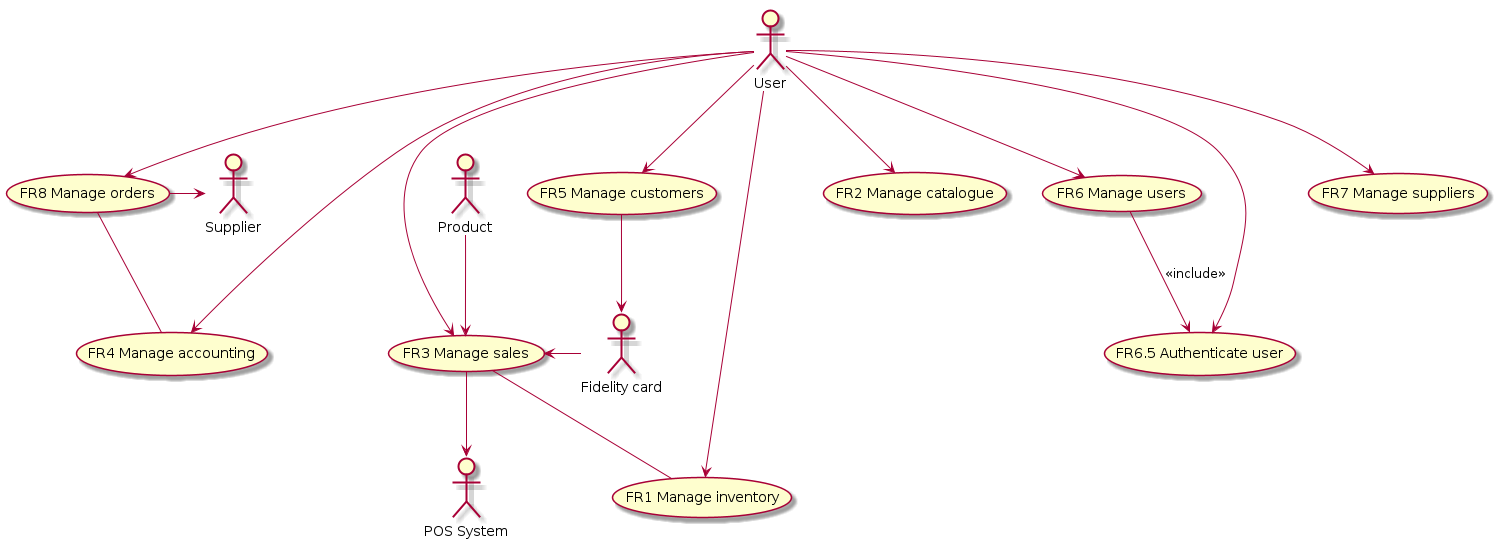
Before: Deliverables/img/usecase_diagram.png, a diagram exported from PlantUML (BMike10/EzShop).
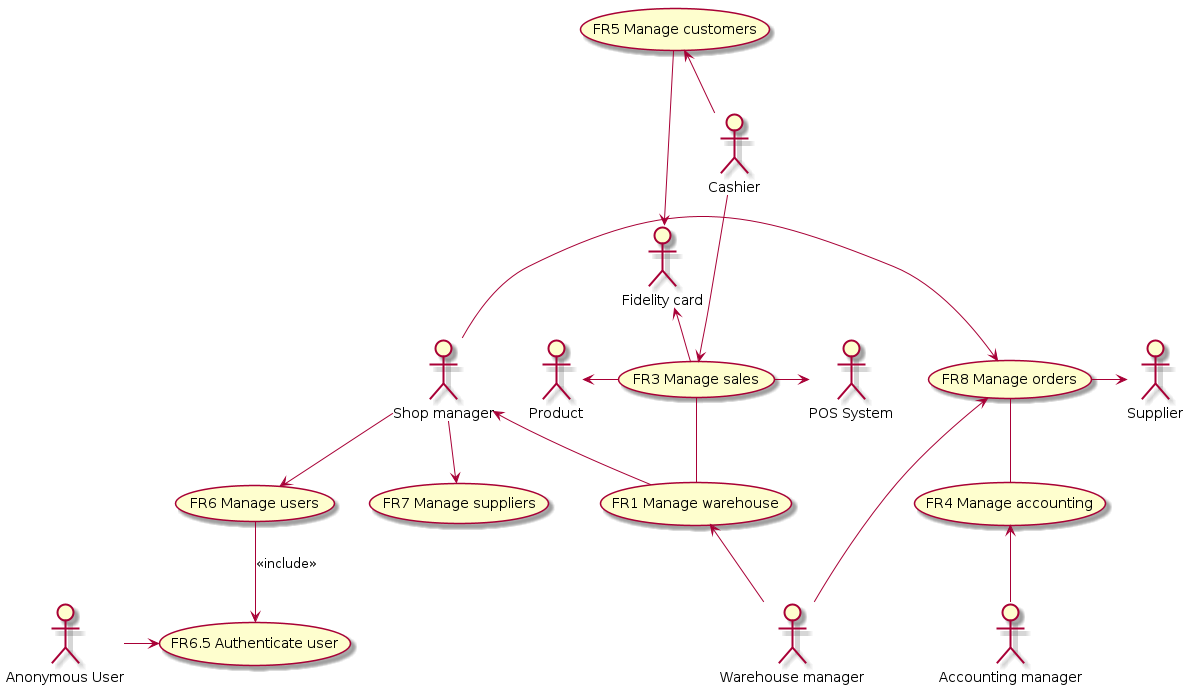
The same diagram one commit later.

The edit, as a diff of the source:
```diff
@@ -1,6 +1,5 @@
 @startuml usecase_diagram
-	usecase "FR1 Manage inventory" as mi
-	usecase "FR2 Manage catalogue" as mca
+	usecase "FR1 Manage warehouse" as mi
 	usecase "FR3 Manage sales" as ms
 	usecase "FR4 Manage accounting" as ma
 	usecase "FR5 Manage customers" as mc
@@ -13,24 +12,29 @@
 	actor :POS System: as ccs
 	actor :Fidelity card: as fc
 
-	actor :User: as u
-	u --> mi
-	u --> mca
-	u --> ms
-	u --> ma
-	u --> mc
-	u --> mu
-	u --> msu
-	u --> mo
-	u --> mua
+	actor :Shop manager: as sm
+	actor :Cashier: as cr
+	actor :Accounting manager: as am
+	actor :Warehouse manager: as wm
+	actor :Anonymous User: as u
+	u -> mua
 
 	mu --> mua: <<include>>
 	ms -- mi
 	mo -- ma
+	 sm --> mu
+	  sm <-- mi
+	 sm --> msu
+	 sm -> mo
+	 ma <-- am
+	 cr --> ms
+	 mc <-- cr
+	 mi <-- wm
+	 mo <-- wm
 
-	ms --> ccs
+	ms -> ccs
 	mo -> s
 	mc --> fc
-	:Product: --> ms
-	fc -> ms
+	:Product: <- ms
+	fc <- ms
 @enduml
```
